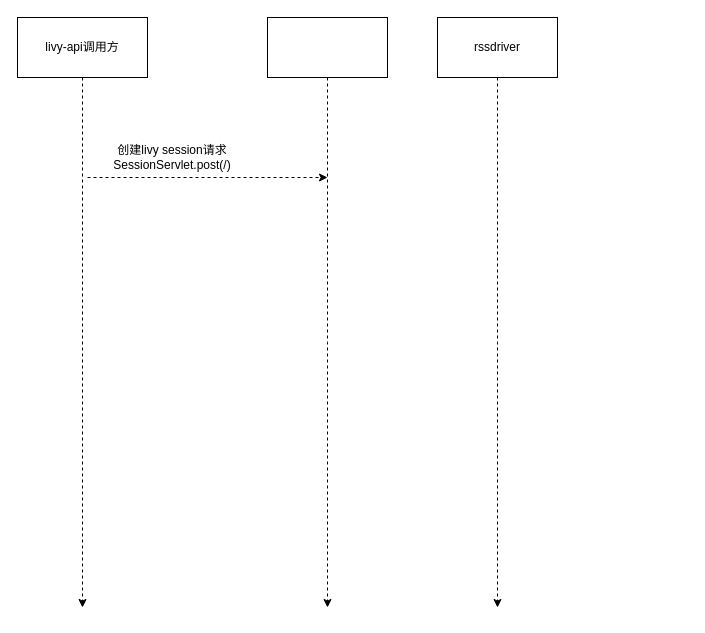
yuhuali1989/ui keeps this draw.io diagram as livy-design.drawio. Above is the earlier version. Source tidied: cells renumbered, new cells numbered last; positions are measured from the earlier drawing's top-left corner, leaving out a move shared by most shapes. Both pictures are drawn from the tidied source at 100%, with x=0, y=0 at pixel (17, 17).
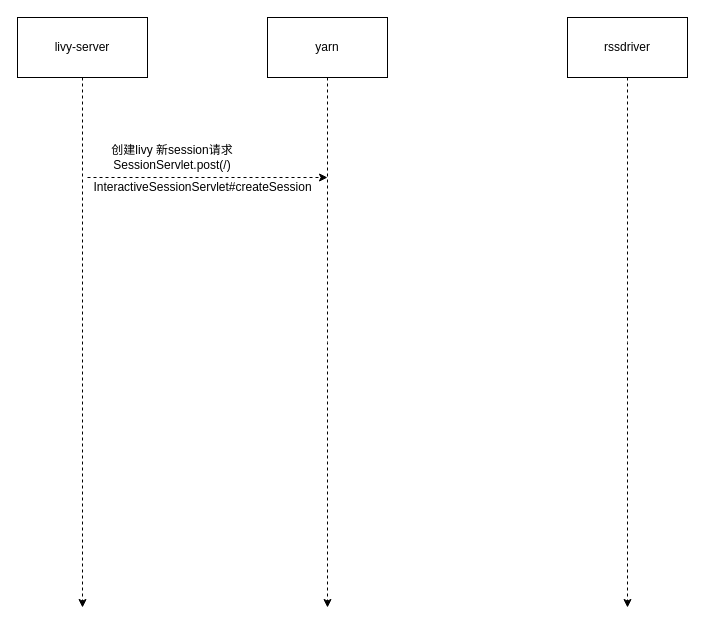
The same diagram, later.

Change to the diagram source:
```diff
@@
 <mxGraphModel>
   <root>
     <mxCell id="0" />
     <mxCell id="1" parent="0" />
     <mxCell id="2" style="edgeStyle=orthogonalEdgeStyle;jettySize=auto;html=1;rounded=0;dashed=1;" parent="1" edge="1" source="3">
       <mxGeometry relative="1" as="geometry">
         <mxPoint x="65" y="590" as="targetPoint" />
         <Array as="points">
           <mxPoint x="65" y="590" />
         </Array>
       </mxGeometry>
     </mxCell>
-    <mxCell id="3" value="livy-api调用方" style="rounded=0;whiteSpace=wrap;html=1;" parent="1" vertex="1">
+    <mxCell id="3" value="livy-server" style="rounded=0;whiteSpace=wrap;html=1;" parent="1" vertex="1">
       <mxGeometry width="130" height="60" as="geometry" />
     </mxCell>
     <mxCell id="4" style="edgeStyle=orthogonalEdgeStyle;jettySize=auto;html=1;rounded=0;dashed=1;" parent="1" edge="1" source="5">
       <mxGeometry relative="1" as="geometry">
         <mxPoint x="310" y="590" as="targetPoint" />
       </mxGeometry>
     </mxCell>
-    <mxCell id="5" style="rounded=0;whiteSpace=wrap;html=1;" parent="1" vertex="1">
+    <mxCell id="5" value="yarn" style="rounded=0;whiteSpace=wrap;html=1;" parent="1" vertex="1">
       <mxGeometry x="250" width="120" height="60" as="geometry" />
     </mxCell>
     <mxCell id="6" style="edgeStyle=orthogonalEdgeStyle;jettySize=auto;html=1;rounded=0;dashed=1;" parent="1" edge="1" source="7">
       <mxGeometry relative="1" as="geometry">
-        <mxPoint x="480" y="590" as="targetPoint" />
+        <mxPoint x="610" y="590" as="targetPoint" />
       </mxGeometry>
     </mxCell>
     <mxCell id="7" value="rssdriver" style="rounded=0;whiteSpace=wrap;html=1;" parent="1" vertex="1">
-      <mxGeometry x="420" width="120" height="60" as="geometry" />
+      <mxGeometry x="550" width="120" height="60" as="geometry" />
     </mxCell>
-    <mxCell id="8" value="创建livy session请求&lt;br&gt;SessionServlet.post(/)" style="text;html=1;strokeColor=none;fillColor=none;align=center;verticalAlign=middle;whiteSpace=wrap;rounded=0;" parent="1" vertex="1">
+    <mxCell id="8" value="创建livy 新session请求&lt;br&gt;SessionServlet.post(/)" style="text;html=1;strokeColor=none;fillColor=none;align=center;verticalAlign=middle;whiteSpace=wrap;rounded=0;" parent="1" vertex="1">
       <mxGeometry x="80" y="130" width="150" height="20" as="geometry" />
     </mxCell>
     <mxCell id="9" style="endArrow=classic;html=1;dashed=1;" parent="1" edge="1">
       <mxGeometry relative="1" as="geometry">
         <mxPoint x="70" y="160" as="sourcePoint" />
         <mxPoint x="310" y="160" as="targetPoint" />
       </mxGeometry>
     </mxCell>
+    <mxCell id="10" value="InteractiveSessionServlet#createSession" style="text;html=1;align=center;verticalAlign=middle;strokeColor=none;" parent="1" vertex="1">
+      <mxGeometry x="70" y="160" width="230" height="20" as="geometry" />
+    </mxCell>
   </root>
 </mxGraphModel>
```
